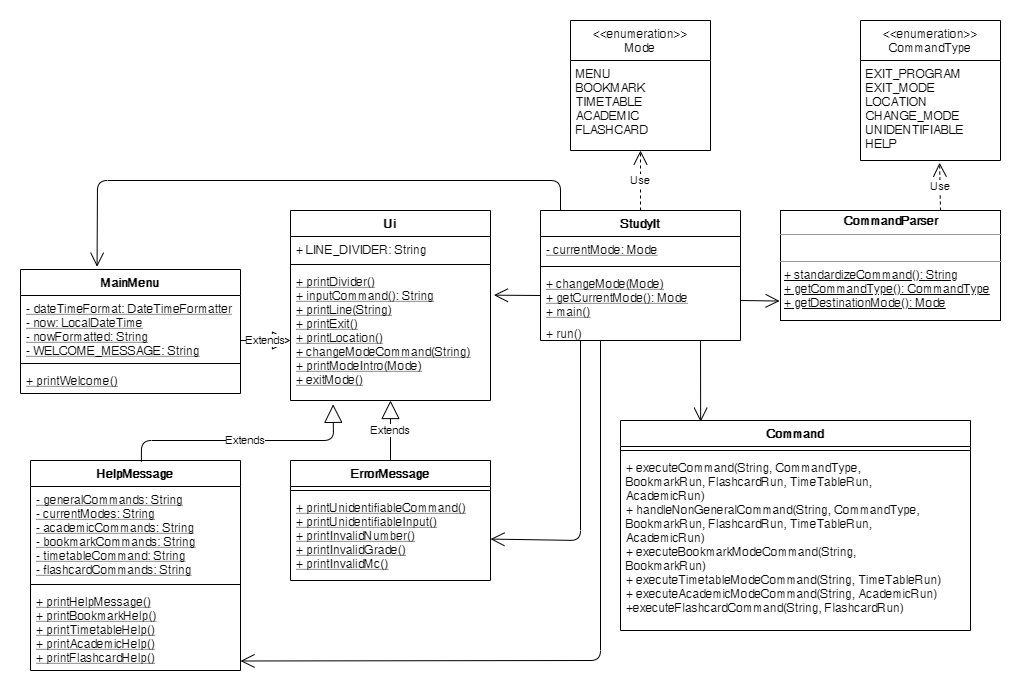
Before: docs/Images/MainComponentDiagrams/maincomponent.png, a diagram exported from draw.io (nus-cs2113-AY2021S1/tp). Source tidied: cells renumbered, new cells last; positions are measured from the earlier drawing's top-left corner, leaving out a move shared by most shapes.
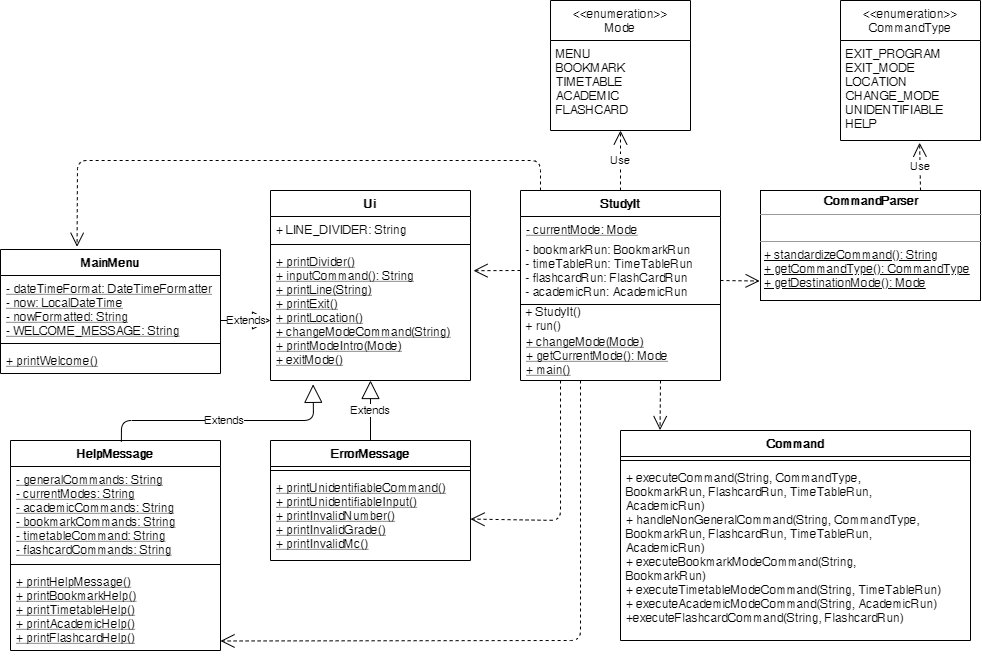
Above is the later version.

Commit message:
Update diagrams in developer guide

Change to the diagram source:
```diff
@@ -53,14 +53,14 @@
       <mxGeometry y="58" width="200" height="132" as="geometry" />
     </mxCell>
     <mxCell id="17" value="StudyIt" style="swimlane;fontStyle=1;align=center;verticalAlign=top;horizontal=1;startSize=26;" parent="1" vertex="1">
-      <mxGeometry x="520" y="190" width="200" height="130" as="geometry" />
+      <mxGeometry x="520" y="190" width="200" height="190" as="geometry" />
     </mxCell>
     <mxCell id="18" value="Use" style="endArrow=open;endSize=12;dashed=1;html=1;" parent="17" edge="1" target="32">
       <mxGeometry relative="1" as="geometry">
         <mxPoint x="100" as="sourcePoint" />
       </mxGeometry>
     </mxCell>
-    <mxCell id="19" style="endArrow=open;endFill=1;endSize=12;html=1;entryX=0.348;entryY=-0.022;entryDx=0;entryDy=0;entryPerimeter=0;" parent="17" edge="1" target="9">
+    <mxCell id="19" style="endArrow=open;endFill=1;endSize=12;html=1;entryX=0.348;entryY=-0.022;entryDx=0;entryDy=0;entryPerimeter=0;dashed=1;" parent="17" edge="1" target="9">
       <mxGeometry relative="1" as="geometry">
         <mxPoint x="20" as="sourcePoint" />
         <Array as="points">
@@ -70,17 +70,25 @@
       </mxGeometry>
     </mxCell>
     <mxCell id="20" value="- currentMode: Mode" style="text;strokeColor=none;fillColor=none;align=left;verticalAlign=top;spacingLeft=4;spacingRight=4;overflow=hidden;fontStyle=4;" parent="17" vertex="1">
-      <mxGeometry y="26" width="200" height="26" as="geometry" />
+      <mxGeometry y="26" width="200" height="24" as="geometry" />
     </mxCell>
+    <mxCell id="41" value="&amp;nbsp;- bookmarkRun: BookmarkRun&lt;br&gt;&amp;nbsp;- timeTableRun: TimeTableRun&lt;br&gt;&amp;nbsp;- flashcardRun: FlashCardRun&lt;br&gt;&amp;nbsp;- academicRun: AcademicRun" style="text;html=1;strokeColor=none;fillColor=none;align=left;verticalAlign=middle;whiteSpace=wrap;rounded=0;" parent="17" vertex="1">
+      <mxGeometry y="50" width="200" height="60" as="geometry" />
+    </mxCell>
     <mxCell id="21" style="line;strokeWidth=1;fillColor=none;align=left;verticalAlign=middle;spacingTop=-1;spacingLeft=3;spacingRight=3;labelPosition=right;" parent="17" vertex="1">
-      <mxGeometry y="52" width="200" height="8" as="geometry" />
+      <mxGeometry y="110" width="200" height="8" as="geometry" />
     </mxCell>
+    <mxCell id="42" value="&amp;nbsp;+ StudyIt()&lt;br&gt;&amp;nbsp;+ run()" style="text;html=1;strokeColor=none;fillColor=none;align=left;verticalAlign=middle;whiteSpace=wrap;rounded=0;" parent="17" vertex="1">
+      <mxGeometry y="118" width="200" height="20" as="geometry" />
+    </mxCell>
     <mxCell id="22" value="+ changeMode(Mode)&#10;+ getCurrentMode(): Mode&#10;+ main()" style="text;strokeColor=none;fillColor=none;align=left;verticalAlign=top;spacingLeft=4;spacingRight=4;overflow=hidden;points=[[0,0.5],[1,0.5]];portConstraint=eastwest;fontStyle=4;" parent="17" vertex="1">
-      <mxGeometry y="60" width="200" height="50" as="geometry" />
+      <mxGeometry y="138" width="200" height="52" as="geometry" />
     </mxCell>
-    <mxCell id="23" value="+ run()" style="text;strokeColor=none;fillColor=none;align=left;verticalAlign=top;spacingLeft=4;spacingRight=4;overflow=hidden;points=[[0,0.5],[1,0.5]];portConstraint=eastwest;fontStyle=0;" parent="17" vertex="1">
-      <mxGeometry y="110" width="200" height="20" as="geometry" />
-    </mxCell>
+    <mxCell id="40" style="endArrow=open;endFill=1;endSize=12;html=1;dashed=1;entryX=0.113;entryY=-0.002;entryDx=0;entryDy=0;entryPerimeter=0;" parent="17" edge="1" target="33">
+      <mxGeometry relative="1" as="geometry">
+        <mxPoint x="140" y="190" as="sourcePoint" />
+      </mxGeometry>
+    </mxCell>
     <mxCell id="24" value="ErrorMessage" style="swimlane;fontStyle=1;align=center;verticalAlign=top;horizontal=1;startSize=26;" parent="1" vertex="1">
       <mxGeometry x="270" y="440" width="200" height="120" as="geometry" />
     </mxCell>
@@ -114,7 +122,7 @@
       <mxGeometry y="40" width="140" height="90" as="geometry" />
     </mxCell>
     <mxCell id="33" value="Command" style="swimlane;fontStyle=1;align=center;verticalAlign=top;horizontal=1;startSize=26;" parent="1" vertex="1">
-      <mxGeometry x="600" y="400" width="350" height="210" as="geometry" />
+      <mxGeometry x="620" y="430" width="350" height="210" as="geometry" />
     </mxCell>
     <mxCell id="34" style="line;strokeWidth=1;fillColor=none;align=left;verticalAlign=middle;spacingTop=-1;spacingLeft=3;spacingRight=3;labelPosition=right;" parent="33" vertex="1">
       <mxGeometry y="26" width="350" height="8" as="geometry" />
@@ -122,32 +130,29 @@
     <mxCell id="35" value="+ executeCommand(String, CommandType, &#10;BookmarkRun, FlashcardRun, TimeTableRun,&#10;AcademicRun)&#10;+ handleNonGeneralCommand(String, CommandType, &#10;BookmarkRun, FlashcardRun, TimeTableRun,&#10;AcademicRun)&#10;+ executeBookmarkModeCommand(String, &#10;BookmarkRun)&#10;+ executeTimetableModeCommand(String, TimeTableRun)&#10;+ executeAcademicModeCommand(String, AcademicRun)&#10;+executeFlashcardCommand(String, FlashcardRun)" style="text;strokeColor=none;fillColor=none;align=left;verticalAlign=top;spacingLeft=4;spacingRight=4;overflow=hidden;" parent="33" vertex="1">
       <mxGeometry y="34" width="350" height="176" as="geometry" />
     </mxCell>
-    <mxCell id="36" style="endArrow=open;endFill=1;endSize=12;html=1;exitX=0;exitY=0.5;exitDx=0;exitDy=0;entryX=1.017;entryY=0.202;entryDx=0;entryDy=0;entryPerimeter=0;" parent="1" edge="1" source="22" target="16">
+    <mxCell id="36" style="endArrow=open;endFill=1;endSize=12;html=1;exitX=0;exitY=0.5;exitDx=0;exitDy=0;entryX=1.015;entryY=0.168;entryDx=0;entryDy=0;entryPerimeter=0;dashed=1;" parent="1" edge="1" source="41" target="16">
       <mxGeometry relative="1" as="geometry" />
     </mxCell>
-    <mxCell id="37" style="endArrow=open;endFill=1;endSize=12;html=1;" parent="1" edge="1" target="26">
+    <mxCell id="37" style="endArrow=open;endFill=1;endSize=12;html=1;dashed=1;" parent="1" edge="1" target="26">
       <mxGeometry relative="1" as="geometry">
-        <mxPoint x="560" y="320" as="sourcePoint" />
+        <mxPoint x="560" y="380" as="sourcePoint" />
         <Array as="points">
           <mxPoint x="560" y="520" />
         </Array>
       </mxGeometry>
     </mxCell>
-    <mxCell id="38" style="endArrow=open;endFill=1;endSize=12;html=1;entryX=1;entryY=0.884;entryDx=0;entryDy=0;entryPerimeter=0;" parent="1" edge="1" target="7">
+    <mxCell id="38" style="endArrow=open;endFill=1;endSize=12;html=1;entryX=1;entryY=0.884;entryDx=0;entryDy=0;entryPerimeter=0;dashed=1;" parent="1" edge="1" target="7">
       <mxGeometry relative="1" as="geometry">
-        <mxPoint x="580" y="320" as="sourcePoint" />
+        <mxPoint x="580" y="380" as="sourcePoint" />
         <Array as="points">
           <mxPoint x="580" y="640" />
         </Array>
       </mxGeometry>
     </mxCell>
-    <mxCell id="39" style="endArrow=open;endFill=1;endSize=12;html=1;entryX=-0.004;entryY=0.823;entryDx=0;entryDy=0;entryPerimeter=0;" parent="1" edge="1" target="2">
+    <mxCell id="39" style="endArrow=open;endFill=1;endSize=12;html=1;entryX=-0.004;entryY=0.823;entryDx=0;entryDy=0;entryPerimeter=0;dashed=1;" parent="1" edge="1" target="2">
       <mxGeometry relative="1" as="geometry">
         <mxPoint x="720" y="280" as="sourcePoint" />
       </mxGeometry>
     </mxCell>
-    <mxCell id="40" style="endArrow=open;endFill=1;endSize=12;html=1;exitX=0.8;exitY=1.025;exitDx=0;exitDy=0;exitPerimeter=0;entryX=0.229;entryY=0.006;entryDx=0;entryDy=0;entryPerimeter=0;" parent="1" edge="1" source="23" target="33">
-      <mxGeometry relative="1" as="geometry" />
-    </mxCell>
   </root>
 </mxGraphModel>
```
